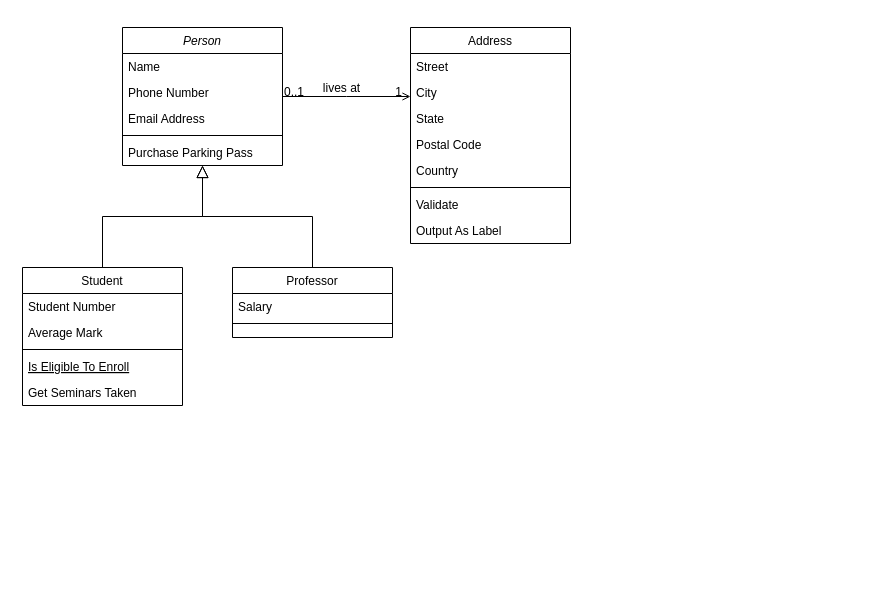
Above: S2101 Team 3 OOP MotorPH Class Diagram.drawio in MichaelAngelLu/Computer-Programming (draw.io), before the change. Source tidied: cells renumbered, new cells numbered last; positions are measured from the earlier drawing's top-left corner, leaving out a move shared by most shapes. Both pictures are drawn from the tidied source at 100%, with x=0, y=0 at pixel (22, 27).
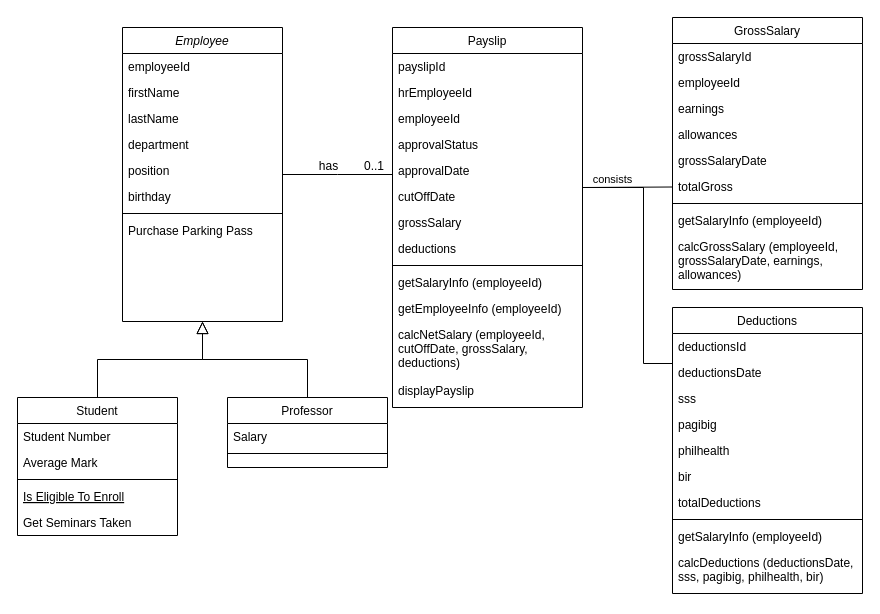
Above is the later version.

Diff of the diagram source:
```diff
@@
-    <mxCell id="2" value="Person" style="swimlane;fontStyle=2;align=center;verticalAlign=top;horizontal=1;startSize=26;rounded=0;shadow=0;strokeWidth=1;" parent="1" vertex="1">
-      <mxGeometry x="100" width="160" height="138" as="geometry" />
+    <mxCell id="2" value="Employee" style="swimlane;fontStyle=2;align=center;verticalAlign=top;horizontal=1;startSize=26;rounded=0;shadow=0;strokeWidth=1;" parent="1" vertex="1">
+      <mxGeometry x="100" width="160" height="294" as="geometry" />
     </mxCell>
-    <mxCell id="3" value="Name" style="text;align=left;verticalAlign=top;spacingLeft=4;spacingRight=4;overflow=hidden;" parent="2" vertex="1">
+    <mxCell id="3" value="employeeId" style="text;align=left;verticalAlign=top;spacingLeft=4;spacingRight=4;overflow=hidden;" parent="2" vertex="1">
       <mxGeometry y="26" width="160" height="26" as="geometry" />
     </mxCell>
-    <mxCell id="4" value="Phone Number" style="text;align=left;verticalAlign=top;spacingLeft=4;spacingRight=4;overflow=hidden;rounded=0;shadow=0;html=0;" parent="2" vertex="1">
+    <mxCell id="4" value="firstName" style="text;align=left;verticalAlign=top;spacingLeft=4;spacingRight=4;overflow=hidden;rounded=0;shadow=0;html=0;" parent="2" vertex="1">
       <mxGeometry y="52" width="160" height="26" as="geometry" />
     </mxCell>
-    <mxCell id="5" value="Email Address" style="text;align=left;verticalAlign=top;spacingLeft=4;spacingRight=4;overflow=hidden;rounded=0;shadow=0;html=0;" parent="2" vertex="1">
+    <mxCell id="5" value="lastName" style="text;align=left;verticalAlign=top;spacingLeft=4;spacingRight=4;overflow=hidden;rounded=0;shadow=0;html=0;" parent="2" vertex="1">
       <mxGeometry y="78" width="160" height="26" as="geometry" />
     </mxCell>
+    <mxCell id="32" value="department" style="text;align=left;verticalAlign=top;spacingLeft=4;spacingRight=4;overflow=hidden;rounded=0;shadow=0;html=0;" parent="2" vertex="1">
+      <mxGeometry y="104" width="160" height="26" as="geometry" />
+    </mxCell>
+    <mxCell id="33" value="position" style="text;align=left;verticalAlign=top;spacingLeft=4;spacingRight=4;overflow=hidden;rounded=0;shadow=0;html=0;" parent="2" vertex="1">
+      <mxGeometry y="130" width="160" height="26" as="geometry" />
+    </mxCell>
+    <mxCell id="34" value="birthday" style="text;align=left;verticalAlign=top;spacingLeft=4;spacingRight=4;overflow=hidden;rounded=0;shadow=0;html=0;" parent="2" vertex="1">
+      <mxGeometry y="156" width="160" height="26" as="geometry" />
+    </mxCell>
     <mxCell id="6" style="line;html=1;strokeWidth=1;align=left;verticalAlign=middle;spacingTop=-1;spacingLeft=3;spacingRight=3;labelPosition=right;" parent="2" vertex="1">
-      <mxGeometry y="104" width="160" height="8" as="geometry" />
+      <mxGeometry y="182" width="160" height="8" as="geometry" />
     </mxCell>
     <mxCell id="7" value="Purchase Parking Pass" style="text;align=left;verticalAlign=top;spacingLeft=4;spacingRight=4;overflow=hidden;" parent="2" vertex="1">
-      <mxGeometry y="112" width="160" height="26" as="geometry" />
+      <mxGeometry y="190" width="160" height="26" as="geometry" />
     </mxCell>
     <mxCell id="8" value="Student" style="swimlane;fontStyle=0;align=center;verticalAlign=top;horizontal=1;startSize=26;rounded=0;shadow=0;strokeWidth=1;" parent="1" vertex="1">
-      <mxGeometry y="240" width="160" height="138" as="geometry" />
+      <mxGeometry x="-5" y="370" width="160" height="138" as="geometry" />
     </mxCell>
@@
     <mxCell id="15" value="Professor" style="swimlane;fontStyle=0;align=center;verticalAlign=top;horizontal=1;startSize=26;rounded=0;shadow=0;strokeWidth=1;" parent="1" vertex="1">
-      <mxGeometry x="210" y="240" width="160" height="70" as="geometry" />
+      <mxGeometry x="205" y="370" width="160" height="70" as="geometry" />
     </mxCell>
@@
-    <mxCell id="19" value="Address" style="swimlane;fontStyle=0;align=center;verticalAlign=top;horizontal=1;startSize=26;rounded=0;shadow=0;strokeWidth=1;" parent="1" vertex="1">
-      <mxGeometry x="388" width="160" height="216" as="geometry" />
+    <mxCell id="19" value="Payslip" style="swimlane;fontStyle=0;align=center;verticalAlign=top;horizontal=1;startSize=26;rounded=0;shadow=0;strokeWidth=1;" parent="1" vertex="1">
+      <mxGeometry x="370" width="190" height="380" as="geometry" />
     </mxCell>
-    <mxCell id="20" value="Street" style="text;align=left;verticalAlign=top;spacingLeft=4;spacingRight=4;overflow=hidden;" parent="19" vertex="1">
-      <mxGeometry y="26" width="160" height="26" as="geometry" />
+    <mxCell id="20" value="payslipId" style="text;align=left;verticalAlign=top;spacingLeft=4;spacingRight=4;overflow=hidden;" parent="19" vertex="1">
+      <mxGeometry y="26" width="190" height="26" as="geometry" />
     </mxCell>
+    <mxCell id="35" value="hrEmployeeId" style="text;align=left;verticalAlign=top;spacingLeft=4;spacingRight=4;overflow=hidden;rounded=0;shadow=0;html=0;" parent="19" vertex="1">
+      <mxGeometry y="52" width="190" height="26" as="geometry" />
+    </mxCell>
-    <mxCell id="21" value="City" style="text;align=left;verticalAlign=top;spacingLeft=4;spacingRight=4;overflow=hidden;rounded=0;shadow=0;html=0;" parent="19" vertex="1">
-      <mxGeometry y="52" width="160" height="26" as="geometry" />
+    <mxCell id="21" value="employeeId" style="text;align=left;verticalAlign=top;spacingLeft=4;spacingRight=4;overflow=hidden;rounded=0;shadow=0;html=0;" parent="19" vertex="1">
+      <mxGeometry y="78" width="190" height="26" as="geometry" />
     </mxCell>
+    <mxCell id="36" value="approvalStatus" style="text;align=left;verticalAlign=top;spacingLeft=4;spacingRight=4;overflow=hidden;rounded=0;shadow=0;html=0;" parent="19" vertex="1">
+      <mxGeometry y="104" width="190" height="26" as="geometry" />
+    </mxCell>
+    <mxCell id="37" value="approvalDate" style="text;align=left;verticalAlign=top;spacingLeft=4;spacingRight=4;overflow=hidden;rounded=0;shadow=0;html=0;" parent="19" vertex="1">
+      <mxGeometry y="130" width="190" height="26" as="geometry" />
+    </mxCell>
-    <mxCell id="22" value="State" style="text;align=left;verticalAlign=top;spacingLeft=4;spacingRight=4;overflow=hidden;rounded=0;shadow=0;html=0;" parent="19" vertex="1">
-      <mxGeometry y="78" width="160" height="26" as="geometry" />
+    <mxCell id="22" value="cutOffDate" style="text;align=left;verticalAlign=top;spacingLeft=4;spacingRight=4;overflow=hidden;rounded=0;shadow=0;html=0;" parent="19" vertex="1">
+      <mxGeometry y="156" width="190" height="26" as="geometry" />
     </mxCell>
-    <mxCell id="23" value="Postal Code" style="text;align=left;verticalAlign=top;spacingLeft=4;spacingRight=4;overflow=hidden;rounded=0;shadow=0;html=0;" parent="19" vertex="1">
-      <mxGeometry y="104" width="160" height="26" as="geometry" />
+    <mxCell id="23" value="grossSalary" style="text;align=left;verticalAlign=top;spacingLeft=4;spacingRight=4;overflow=hidden;rounded=0;shadow=0;html=0;" parent="19" vertex="1">
+      <mxGeometry y="182" width="190" height="26" as="geometry" />
     </mxCell>
-    <mxCell id="24" value="Country" style="text;align=left;verticalAlign=top;spacingLeft=4;spacingRight=4;overflow=hidden;rounded=0;shadow=0;html=0;" parent="19" vertex="1">
-      <mxGeometry y="130" width="160" height="26" as="geometry" />
+    <mxCell id="24" value="deductions" style="text;align=left;verticalAlign=top;spacingLeft=4;spacingRight=4;overflow=hidden;rounded=0;shadow=0;html=0;" parent="19" vertex="1">
+      <mxGeometry y="208" width="190" height="26" as="geometry" />
     </mxCell>
     <mxCell id="25" style="line;html=1;strokeWidth=1;align=left;verticalAlign=middle;spacingTop=-1;spacingLeft=3;spacingRight=3;labelPosition=right;" parent="19" vertex="1">
-      <mxGeometry y="156" width="160" height="8" as="geometry" />
+      <mxGeometry y="234" width="190" height="8" as="geometry" />
     </mxCell>
-    <mxCell id="26" value="Validate" style="text;align=left;verticalAlign=top;spacingLeft=4;spacingRight=4;overflow=hidden;" parent="19" vertex="1">
-      <mxGeometry y="164" width="160" height="26" as="geometry" />
+    <mxCell id="26" value="getSalaryInfo (employeeId)" style="text;align=left;verticalAlign=top;spacingLeft=4;spacingRight=4;overflow=hidden;" parent="19" vertex="1">
+      <mxGeometry y="242" width="190" height="26" as="geometry" />
     </mxCell>
-    <mxCell id="27" value="Output As Label" style="text;align=left;verticalAlign=top;spacingLeft=4;spacingRight=4;overflow=hidden;" parent="19" vertex="1">
-      <mxGeometry y="190" width="160" height="26" as="geometry" />
+    <mxCell id="27" value="getEmployeeInfo (employeeId)" style="text;align=left;verticalAlign=top;spacingLeft=4;spacingRight=4;overflow=hidden;" parent="19" vertex="1">
+      <mxGeometry y="268" width="190" height="26" as="geometry" />
     </mxCell>
+    <mxCell id="38" value="calcNetSalary (employeeId, &#10;cutOffDate, grossSalary, &#10;deductions)" style="text;align=left;verticalAlign=top;spacingLeft=4;spacingRight=4;overflow=hidden;" parent="19" vertex="1">
+      <mxGeometry y="294" width="190" height="56" as="geometry" />
+    </mxCell>
+    <mxCell id="39" value="displayPayslip" style="text;align=left;verticalAlign=top;spacingLeft=4;spacingRight=4;overflow=hidden;" parent="19" vertex="1">
+      <mxGeometry y="350" width="190" height="30" as="geometry" />
+    </mxCell>
-    <mxCell id="28" style="endArrow=open;shadow=0;strokeWidth=1;rounded=0;endFill=1;edgeStyle=elbowEdgeStyle;elbow=vertical;" parent="1" edge="1" source="2" target="19">
+    <mxCell id="28" style="endArrow=none;shadow=0;strokeWidth=1;rounded=0;endFill=0;edgeStyle=elbowEdgeStyle;elbow=vertical;" parent="1" edge="1" source="2" target="19">
       <mxGeometry x="0.5" y="41" relative="1" as="geometry">
         <mxPoint x="-40" y="32" as="offset" />
       </mxGeometry>
     </mxCell>
-    <mxCell id="29" value="0..1" style="align=left;verticalAlign=bottom;labelBackgroundColor=none;fontSize=12;" parent="28" vertex="1">
+    <mxCell id="29" style="align=left;verticalAlign=bottom;labelBackgroundColor=none;fontSize=12;" parent="28" vertex="1">
       <mxGeometry x="-1" relative="1" as="geometry">
         <mxPoint y="4" as="offset" />
       </mxGeometry>
     </mxCell>
-    <mxCell id="30" value="1" style="align=right;verticalAlign=bottom;labelBackgroundColor=none;fontSize=12;" parent="28" vertex="1">
+    <mxCell id="30" value="0..1" style="align=right;verticalAlign=bottom;labelBackgroundColor=none;fontSize=12;" parent="28" vertex="1">
       <mxGeometry x="1" relative="1" as="geometry">
-        <mxPoint x="-7" y="4" as="offset" />
+        <mxPoint x="-7" as="offset" />
       </mxGeometry>
     </mxCell>
-    <mxCell id="31" value="lives at" style="text;html=1;align=center;verticalAlign=middle;labelBackgroundColor=none;rounded=0;shadow=0;strokeWidth=1;fontSize=12;" parent="28" vertex="1">
+    <mxCell id="31" value="has" style="text;html=1;align=center;verticalAlign=middle;labelBackgroundColor=none;rounded=0;shadow=0;strokeWidth=1;fontSize=12;" parent="28" vertex="1">
       <mxGeometry x="0.5" y="49" relative="1" as="geometry">
         <mxPoint x="-38" y="40" as="offset" />
       </mxGeometry>
     </mxCell>
+    <mxCell id="40" value="GrossSalary" style="swimlane;fontStyle=0;align=center;verticalAlign=top;horizontal=1;startSize=26;rounded=0;shadow=0;strokeWidth=1;" parent="1" vertex="1">
+      <mxGeometry x="650" y="-10" width="190" height="272" as="geometry" />
+    </mxCell>
+    <mxCell id="41" value="grossSalaryId" style="text;align=left;verticalAlign=top;spacingLeft=4;spacingRight=4;overflow=hidden;" parent="40" vertex="1">
+      <mxGeometry y="26" width="190" height="26" as="geometry" />
+    </mxCell>
+    <mxCell id="42" value="employeeId" style="text;align=left;verticalAlign=top;spacingLeft=4;spacingRight=4;overflow=hidden;rounded=0;shadow=0;html=0;" parent="40" vertex="1">
+      <mxGeometry y="52" width="190" height="26" as="geometry" />
+    </mxCell>
+    <mxCell id="43" value="earnings" style="text;align=left;verticalAlign=top;spacingLeft=4;spacingRight=4;overflow=hidden;rounded=0;shadow=0;html=0;" parent="40" vertex="1">
+      <mxGeometry y="78" width="190" height="26" as="geometry" />
+    </mxCell>
+    <mxCell id="44" value="allowances" style="text;align=left;verticalAlign=top;spacingLeft=4;spacingRight=4;overflow=hidden;rounded=0;shadow=0;html=0;" parent="40" vertex="1">
+      <mxGeometry y="104" width="190" height="26" as="geometry" />
+    </mxCell>
+    <mxCell id="45" value="grossSalaryDate" style="text;align=left;verticalAlign=top;spacingLeft=4;spacingRight=4;overflow=hidden;rounded=0;shadow=0;html=0;" parent="40" vertex="1">
+      <mxGeometry y="130" width="190" height="26" as="geometry" />
+    </mxCell>
+    <mxCell id="46" value="totalGross" style="text;align=left;verticalAlign=top;spacingLeft=4;spacingRight=4;overflow=hidden;points=[[0,0.5],[1,0.5]];portConstraint=eastwest;rounded=0;shadow=0;html=0;" parent="40" vertex="1">
+      <mxGeometry y="156" width="190" height="26" as="geometry" />
+    </mxCell>
+    <mxCell id="47" style="line;html=1;strokeWidth=1;align=left;verticalAlign=middle;spacingTop=-1;spacingLeft=3;spacingRight=3;labelPosition=right;" parent="40" vertex="1">
+      <mxGeometry y="182" width="190" height="8" as="geometry" />
+    </mxCell>
+    <mxCell id="48" value="getSalaryInfo (employeeId)" style="text;align=left;verticalAlign=top;spacingLeft=4;spacingRight=4;overflow=hidden;" parent="40" vertex="1">
+      <mxGeometry y="190" width="190" height="26" as="geometry" />
+    </mxCell>
+    <mxCell id="49" value="calcGrossSalary (employeeId, &#10;grossSalaryDate, earnings, &#10;allowances)" style="text;align=left;verticalAlign=top;spacingLeft=4;spacingRight=4;overflow=hidden;" parent="40" vertex="1">
+      <mxGeometry y="216" width="190" height="56" as="geometry" />
+    </mxCell>
+    <mxCell id="50" value="Deductions" style="swimlane;fontStyle=0;align=center;verticalAlign=top;horizontal=1;startSize=26;rounded=0;shadow=0;strokeWidth=1;" parent="1" vertex="1">
+      <mxGeometry x="650" y="280" width="190" height="286" as="geometry" />
+    </mxCell>
+    <mxCell id="51" value="deductionsId" style="text;align=left;verticalAlign=top;spacingLeft=4;spacingRight=4;overflow=hidden;" parent="50" vertex="1">
+      <mxGeometry y="26" width="190" height="26" as="geometry" />
+    </mxCell>
+    <mxCell id="52" value="deductionsDate" style="text;align=left;verticalAlign=top;spacingLeft=4;spacingRight=4;overflow=hidden;rounded=0;shadow=0;html=0;" parent="50" vertex="1">
+      <mxGeometry y="52" width="190" height="26" as="geometry" />
+    </mxCell>
+    <mxCell id="53" value="sss" style="text;align=left;verticalAlign=top;spacingLeft=4;spacingRight=4;overflow=hidden;rounded=0;shadow=0;html=0;" parent="50" vertex="1">
+      <mxGeometry y="78" width="190" height="26" as="geometry" />
+    </mxCell>
+    <mxCell id="54" value="pagibig" style="text;align=left;verticalAlign=top;spacingLeft=4;spacingRight=4;overflow=hidden;rounded=0;shadow=0;html=0;" parent="50" vertex="1">
+      <mxGeometry y="104" width="190" height="26" as="geometry" />
+    </mxCell>
+    <mxCell id="55" value="philhealth" style="text;align=left;verticalAlign=top;spacingLeft=4;spacingRight=4;overflow=hidden;rounded=0;shadow=0;html=0;" parent="50" vertex="1">
+      <mxGeometry y="130" width="190" height="26" as="geometry" />
+    </mxCell>
+    <mxCell id="56" value="bir" style="text;align=left;verticalAlign=top;spacingLeft=4;spacingRight=4;overflow=hidden;rounded=0;shadow=0;html=0;" parent="50" vertex="1">
+      <mxGeometry y="156" width="190" height="26" as="geometry" />
+    </mxCell>
+    <mxCell id="57" value="totalDeductions" style="text;align=left;verticalAlign=top;spacingLeft=4;spacingRight=4;overflow=hidden;rounded=0;shadow=0;html=0;" parent="50" vertex="1">
+      <mxGeometry y="182" width="190" height="26" as="geometry" />
+    </mxCell>
+    <mxCell id="58" style="line;html=1;strokeWidth=1;align=left;verticalAlign=middle;spacingTop=-1;spacingLeft=3;spacingRight=3;labelPosition=right;" parent="50" vertex="1">
+      <mxGeometry y="208" width="190" height="8" as="geometry" />
+    </mxCell>
+    <mxCell id="59" value="getSalaryInfo (employeeId)" style="text;align=left;verticalAlign=top;spacingLeft=4;spacingRight=4;overflow=hidden;" parent="50" vertex="1">
+      <mxGeometry y="216" width="190" height="26" as="geometry" />
+    </mxCell>
+    <mxCell id="60" value="calcDeductions (deductionsDate, &#10;sss, pagibig, philhealth, bir)" style="text;align=left;verticalAlign=top;spacingLeft=4;spacingRight=4;overflow=hidden;" parent="50" vertex="1">
+      <mxGeometry y="242" width="190" height="44" as="geometry" />
+    </mxCell>
+    <mxCell id="61" style="edgeStyle=orthogonalEdgeStyle;rounded=0;orthogonalLoop=1;jettySize=auto;html=1;endArrow=none;endFill=0;entryX=0;entryY=0.5;entryDx=0;entryDy=0;" parent="1" edge="1">
+      <mxGeometry relative="1" as="geometry">
+        <mxPoint x="560" y="160" as="sourcePoint" />
+        <mxPoint x="650" y="336" as="targetPoint" />
+        <Array as="points">
+          <mxPoint x="621" y="160" />
+          <mxPoint x="621" y="336" />
+        </Array>
+      </mxGeometry>
+    </mxCell>
+    <mxCell id="62" style="edgeStyle=none;jettySize=auto;html=1;rounded=0;endArrow=none;endFill=0;" parent="1" edge="1" target="46">
+      <mxGeometry relative="1" as="geometry">
+        <mxPoint x="560" y="160" as="sourcePoint" />
+      </mxGeometry>
+    </mxCell>
+    <mxCell id="63" value="consists" style="edgeLabel;html=1;align=center;verticalAlign=middle;" parent="62" vertex="1">
+      <mxGeometry x="-0.37" y="2" relative="1" as="geometry">
+        <mxPoint x="2" y="-6" as="offset" />
+      </mxGeometry>
+    </mxCell>
```
